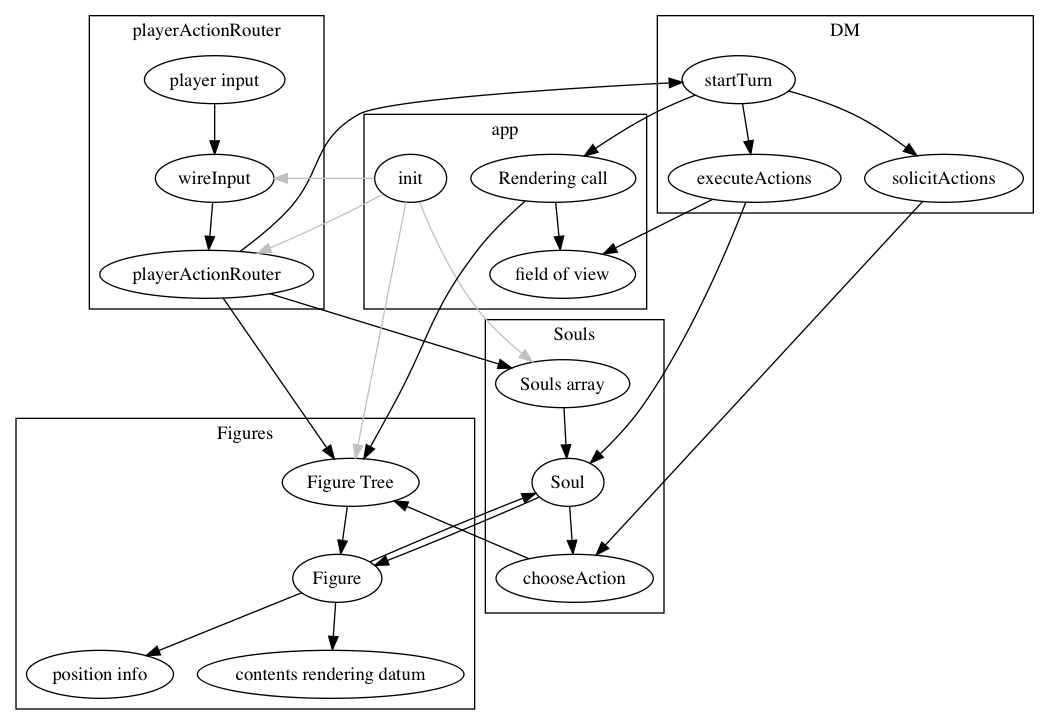
Before: docs/soul-figure-relationship.png, a diagram exported from Graphviz (jimkang/exogenite). Its source is kept beside it as docs/soul-figure-relationship.dot.
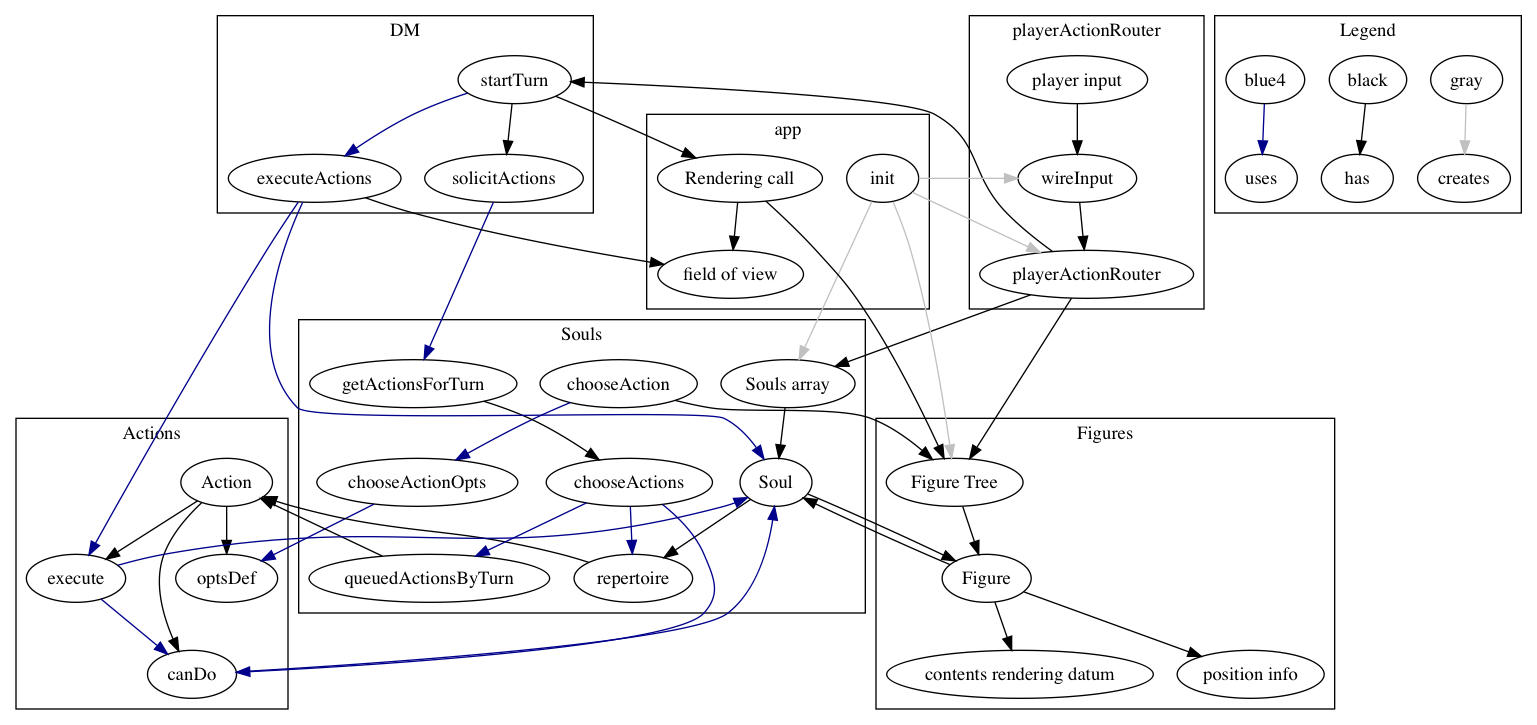
The same file after the commit.

Commit message:
Implemented canDo for move action.

Change to the diagram source:
```diff
@@ -1,9 +1,27 @@
 digraph {
   subgraph cluster_souls {
     label="Souls";
-    Soul -> chooseAction;
+    chooseAction -> chooseActionOpts [color=blue4];
     "Souls array" -> Soul;
+    Soul -> repertoire;
+    chooseActions -> repertoire [color=blue4];
+    getActionsForTurn -> chooseActions;
+    chooseActions -> queuedActionsByTurn [color=blue4];
   };
+
+  subgraph cluster_actions {
+    label="Actions";
+    repertoire -> Action;
+    queuedActionsByTurn -> Action;
+    Action -> execute;
+    execute -> Soul [color=blue4];
+    chooseActions -> canDo [color=blue4];
+    execute -> canDo [color=blue4];
+    Action -> canDo;
+    canDo -> Soul [color=blue4];
+    Action -> optsDef;
+    chooseActionOpts -> optsDef [color=blue4];
+  }
 
   subgraph cluster_figures {
     label="Figures";
@@ -18,9 +36,10 @@
   subgraph cluster_dm {
     label="DM";
     startTurn -> solicitActions;
-    solicitActions -> chooseAction;
-    startTurn -> executeActions;
-    executeActions -> Soul;
+    solicitActions -> getActionsForTurn [color=blue4];
+    startTurn -> executeActions [color=blue4];
+    executeActions -> Soul [color=blue4];
+    executeActions -> execute [color=blue4];
   }
 
   subgraph cluster_playerActionRouter {
@@ -43,4 +62,11 @@
     startTurn -> "Rendering call";
     executeActions -> "field of view";
   }
+
+   subgraph cluster_legend {
+    label="Legend";
+    gray -> creates [color=gray];
+    black -> has;
+    blue4 -> uses [color=blue4];
+   }
 }
```
